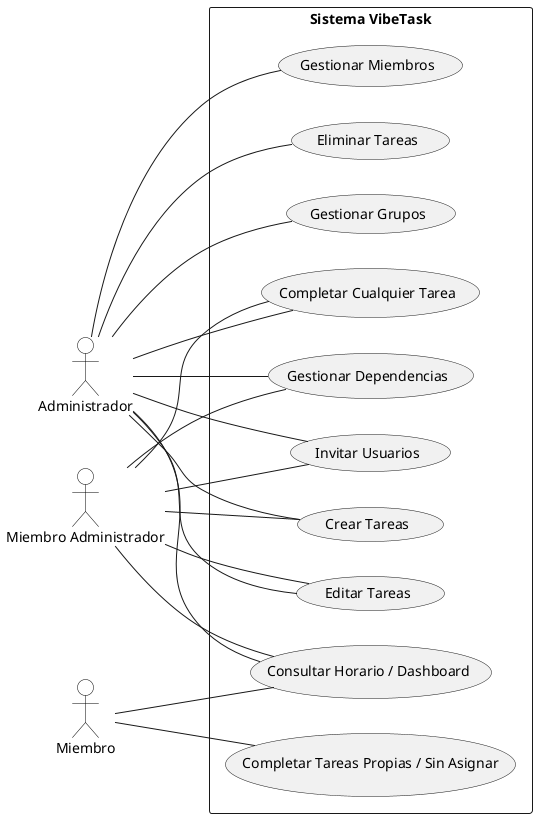
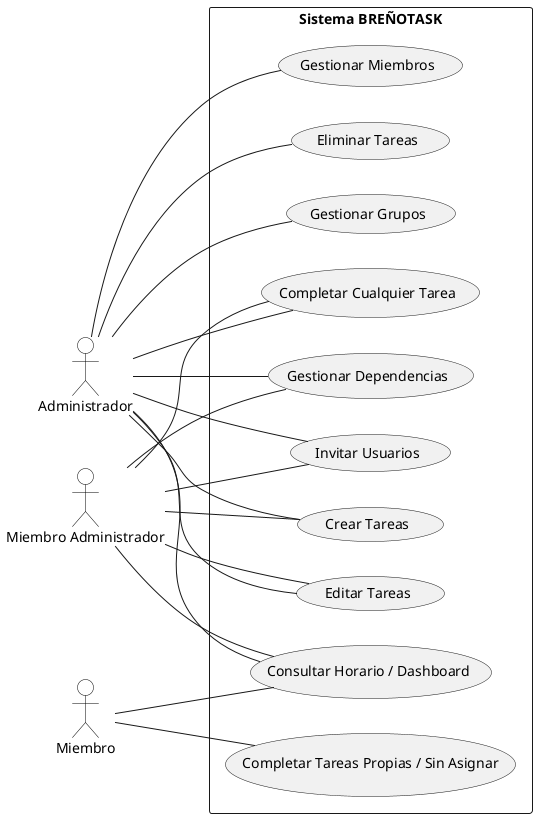
@startuml 01-modelo-casos-uso
left to right direction
skinparam packageStyle rectangle
skinparam actor {
    BackgroundColor white
    BorderColor black
}

actor "Administrador" as Admin
actor "Miembro Administrador" as Manager
actor "Miembro" as Member

- rectangle "Sistema VibeTask" {
+ rectangle "Sistema BREÑOTASK" {
    usecase "Gestionar Grupos" as UC_Groups
    usecase "Gestionar Miembros" as UC_Members
    usecase "Invitar Usuarios" as UC_Invite
    usecase "Crear Tareas" as UC_CreateTask
    usecase "Editar Tareas" as UC_EditTask
    usecase "Eliminar Tareas" as UC_DeleteTask
    usecase "Gestionar Dependencias" as UC_Deps
    usecase "Consultar Horario / Dashboard" as UC_View
    usecase "Completar Tareas Propias / Sin Asignar" as UC_CompleteOwn
    usecase "Completar Cualquier Tarea" as UC_CompleteAny
}

' Herencia de roles para simplificar el diagrama si aplica,
' pero el prompt pide conexiones específicas por actor.

Admin -- UC_Groups
Admin -- UC_Members
Admin -- UC_Invite
Admin -- UC_CreateTask
Admin -- UC_EditTask
Admin -- UC_DeleteTask
Admin -- UC_Deps
Admin -- UC_View
Admin -- UC_CompleteAny

Manager -- UC_Invite
Manager -- UC_CreateTask
Manager -- UC_EditTask
Manager -- UC_Deps
Manager -- UC_View
Manager -- UC_CompleteAny

Member -- UC_View
Member -- UC_CompleteOwn

@enduml
